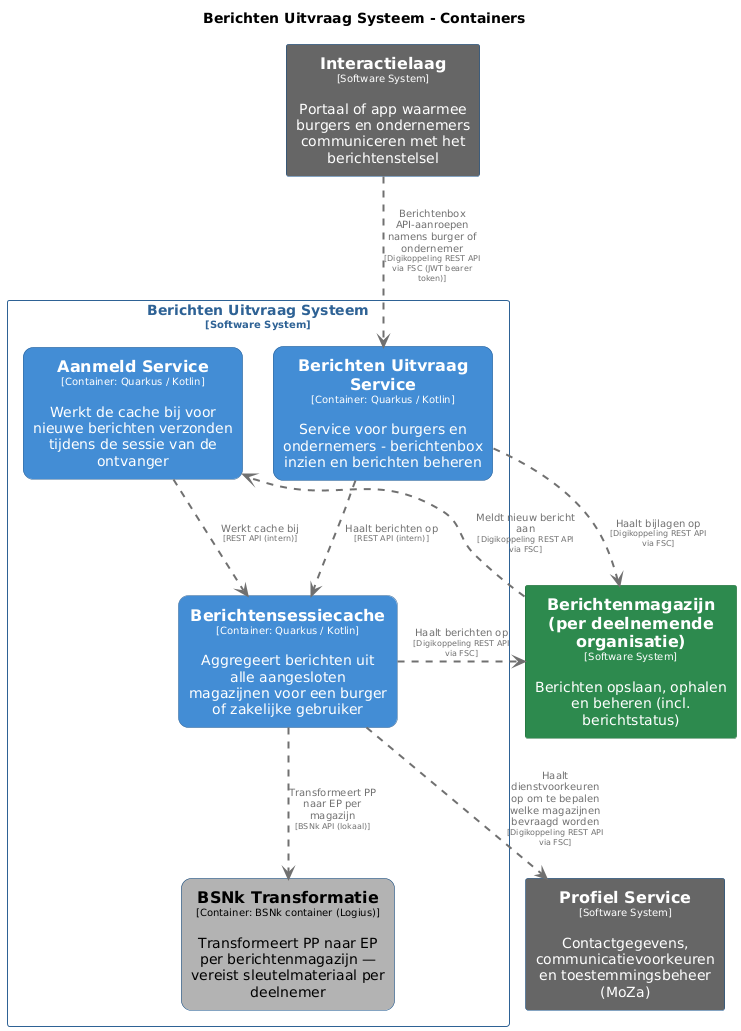
Before: pr-preview/pr-22/master/png/BerichtenUitvraagSysteemContainers.png, a diagram exported from PlantUML (MinBZK/moza-poc-fbs-berichtenbox).
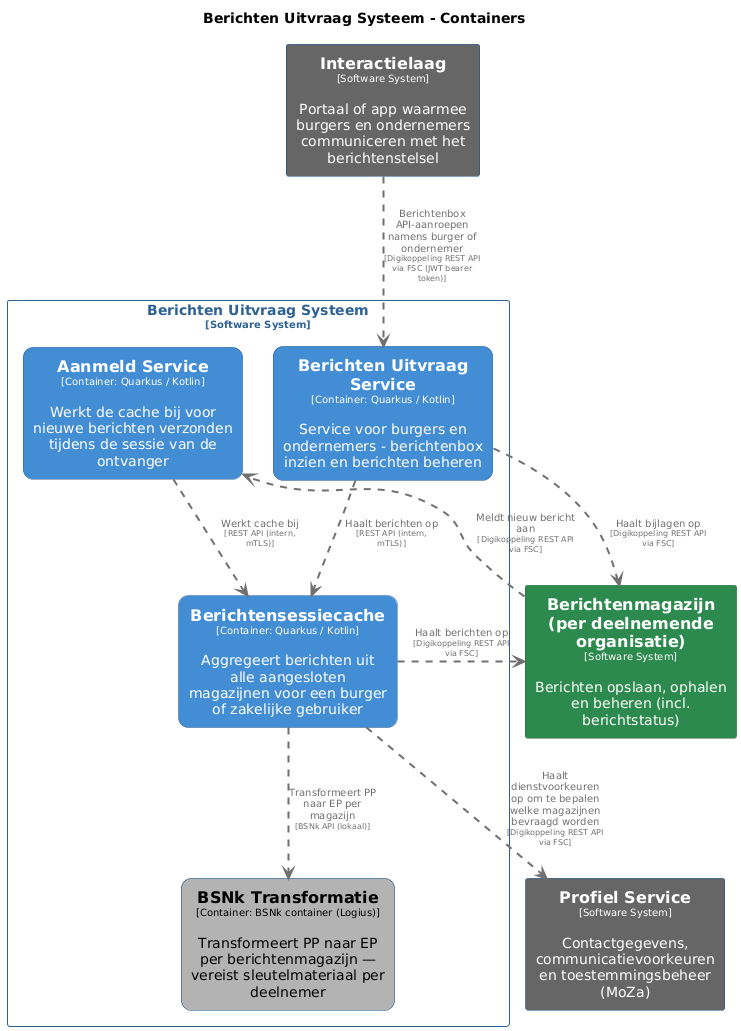
Above is the later version.

Change to the diagram source:
```diff
@@ -82,8 +82,8 @@
 BerichtenUitvraagSysteem.Berichtensessiecache .[#707070,thickness=2].> ProfielService : "<color:#707070>Haalt dienstvoorkeuren op om te bepalen welke magazijnen bevraagd worden\n<color:#707070><size:8>[Digikoppeling REST API via FSC]</size>"
 BerichtenUitvraagSysteem.Berichtensessiecache .[#707070,thickness=2].> Berichtenmagazijnperdeelnemendeorganisatie : "<color:#707070>Haalt berichten op\n<color:#707070><size:8>[Digikoppeling REST API via FSC]</size>"
 BerichtenUitvraagSysteem.Berichtensessiecache .[#707070,thickness=2].> BerichtenUitvraagSysteem.BSNkTransformatie : "<color:#707070>Transformeert PP naar EP per magazijn\n<color:#707070><size:8>[BSNk API (lokaal)]</size>"
-BerichtenUitvraagSysteem.AanmeldService .[#707070,thickness=2].> BerichtenUitvraagSysteem.Berichtensessiecache : "<color:#707070>Werkt cache bij\n<color:#707070><size:8>[REST API (intern)]</size>"
-BerichtenUitvraagSysteem.BerichtenUitvraagService .[#707070,thickness=2].> BerichtenUitvraagSysteem.Berichtensessiecache : "<color:#707070>Haalt berichten op\n<color:#707070><size:8>[REST API (intern)]</size>"
+BerichtenUitvraagSysteem.AanmeldService .[#707070,thickness=2].> BerichtenUitvraagSysteem.Berichtensessiecache : "<color:#707070>Werkt cache bij\n<color:#707070><size:8>[REST API (intern, mTLS)]</size>"
+BerichtenUitvraagSysteem.BerichtenUitvraagService .[#707070,thickness=2].> BerichtenUitvraagSysteem.Berichtensessiecache : "<color:#707070>Haalt berichten op\n<color:#707070><size:8>[REST API (intern, mTLS)]</size>"
 Interactielaag .[#707070,thickness=2].> BerichtenUitvraagSysteem.BerichtenUitvraagService : "<color:#707070>Berichtenbox API-aanroepen namens burger of ondernemer\n<color:#707070><size:8>[Digikoppeling REST API via FSC (JWT bearer token)]</size>"
 BerichtenUitvraagSysteem.BerichtenUitvraagService .[#707070,thickness=2].> Berichtenmagazijnperdeelnemendeorganisatie : "<color:#707070>Haalt bijlagen op\n<color:#707070><size:8>[Digikoppeling REST API via FSC]</size>"
 @enduml
```
